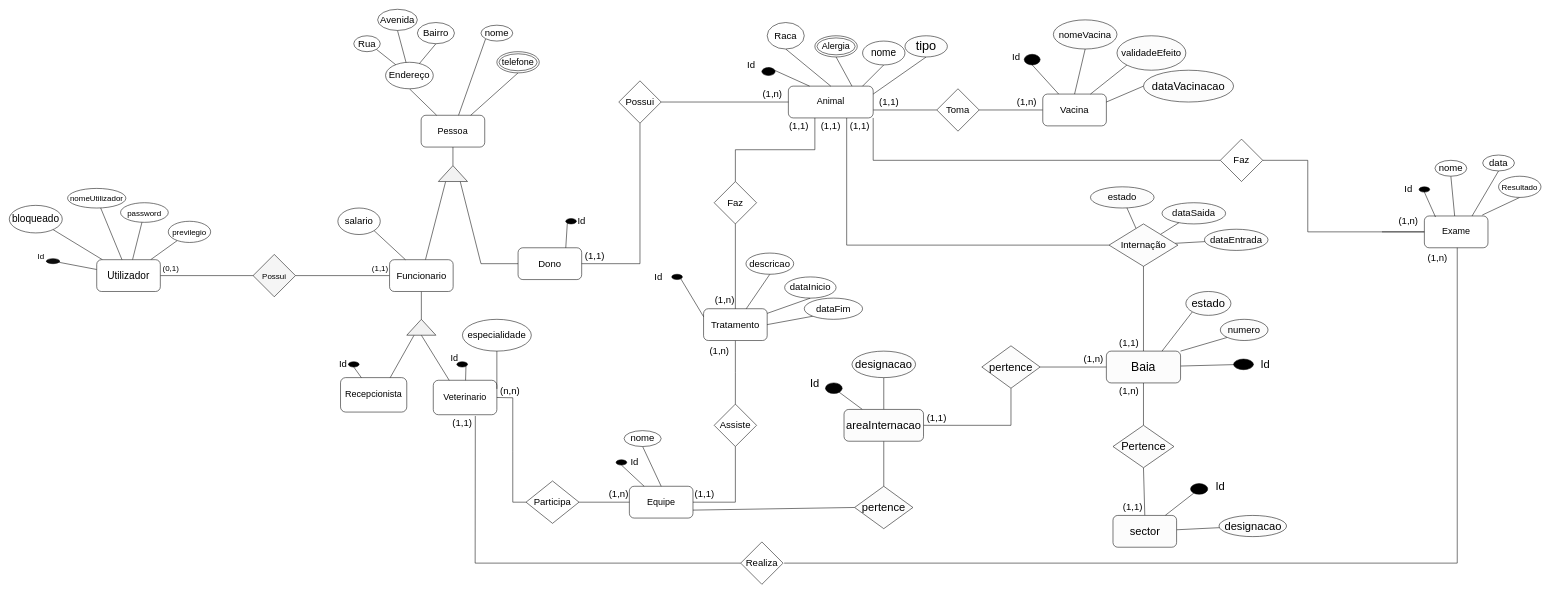
Earlier version of the draw.io diagram page "MER" (1 of 8) of modelagem_banco-de-dados/ClinicaVeterianaria.drawio (JeanJacquesNS/clinica-veterinaria). Source tidied: cells renumbered, new cells numbered last; positions are measured from the earlier drawing's top-left corner, leaving out a move shared by most shapes. Both pictures are drawn from the tidied source at 53%, with x=0, y=0 at pixel (9, 9).
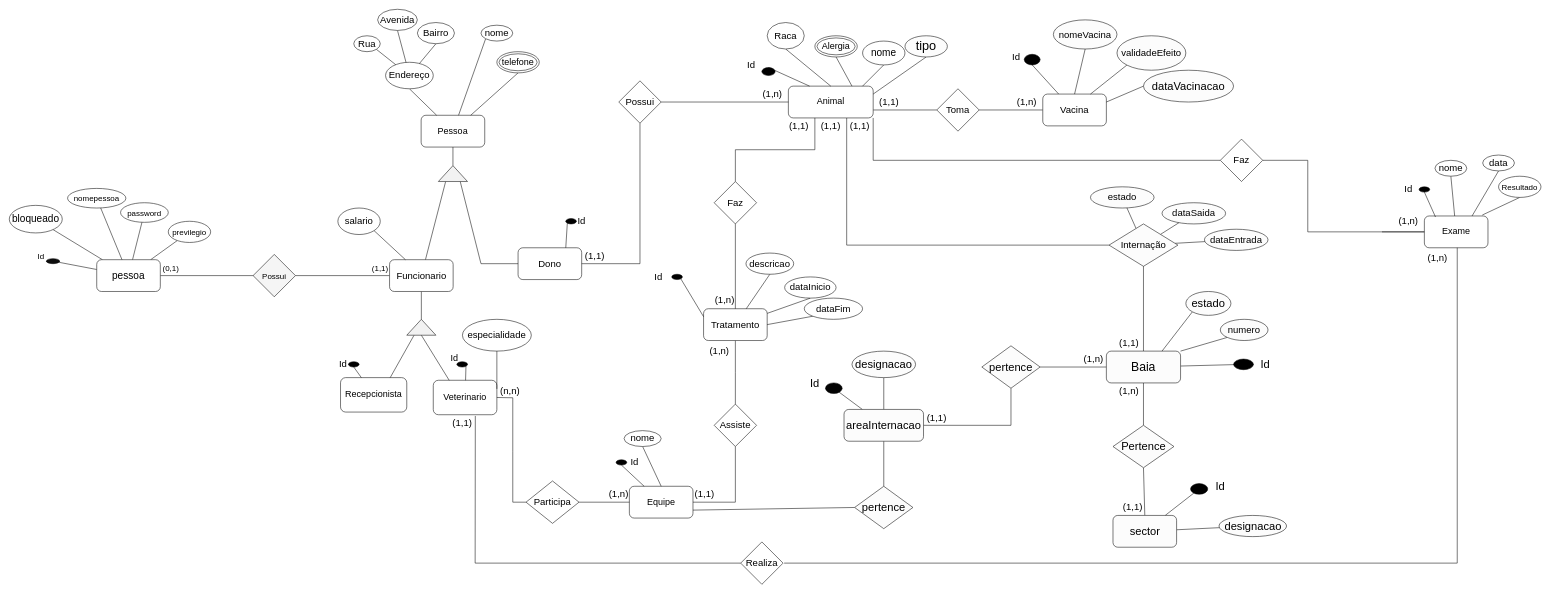
The same page after the edit.

Diff of the diagram source:
```diff
@@
-    <mxCell id="176" value="Utilizador" style="rounded=1;whiteSpace=wrap;html=1;fontSize=19;" parent="1" vertex="1">
+    <mxCell id="176" value="pessoa" style="rounded=1;whiteSpace=wrap;html=1;fontSize=19;" parent="1" vertex="1">
       <mxGeometry x="165" y="472.5" width="120" height="60" as="geometry" />
     </mxCell>
@@
-    <mxCell id="179" value="nomeUtilizador" style="ellipse;whiteSpace=wrap;html=1;fontSize=15;rounded=1;" parent="1" vertex="1">
+    <mxCell id="179" value="nomepessoa" style="ellipse;whiteSpace=wrap;html=1;fontSize=15;rounded=1;" parent="1" vertex="1">
       <mxGeometry x="110" y="338" width="110" height="37" as="geometry" />
     </mxCell>
```
